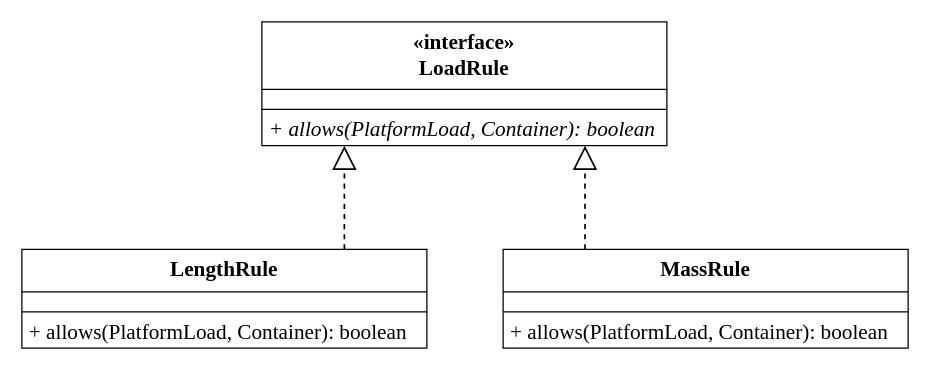
Before: page "Правила размещения" (3 of 3) of models/classes.drawio in Wo0zZ1/container-load-planning, a draw.io diagram. Source tidied: cells renumbered, new cells numbered last; positions are measured from the earlier drawing's top-left corner, leaving out a move shared by most shapes. Both pictures are drawn from the tidied source at 125%, with x=0, y=0 at pixel (21, 21).
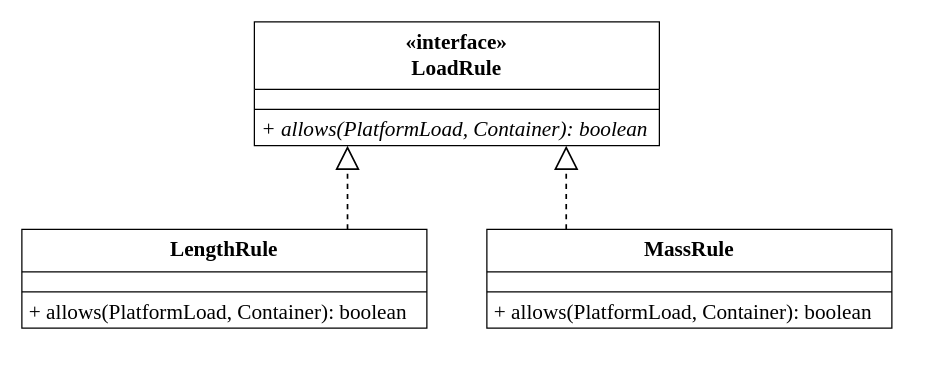
The same page after the edit.

What changed in the source:
```diff
@@
 <mxGraphModel background="#ffffff">
   <root>
     <mxCell id="0" />
     <mxCell id="1" parent="0" />
     <mxCell id="2" value="LengthRule" style="swimlane;fontStyle=1;align=center;verticalAlign=middle;spacing=0;horizontal=1;whiteSpace=wrap;html=1;fillColor=#ffffff;swimlaneFillColor=#ffffff;strokeColor=#000000;swimlaneLine=1;spacingTop=0;fontFamily=Times New Roman;startSize=34;fontSize=17;" parent="1" vertex="1">
-      <mxGeometry y="182" width="324" height="79" as="geometry" />
+      <mxGeometry y="166" width="324" height="79" as="geometry" />
     </mxCell>
     <mxCell id="3" style="text;strokeColor=none;fillColor=none;align=left;verticalAlign=middle;spacing=0;spacingLeft=6;spacingRight=5;overflow=hidden;whiteSpace=wrap;html=1;fontFamily=Times New Roman;fontSize=17;" parent="2" vertex="1">
       <mxGeometry y="34" width="324" height="12" as="geometry" />
     </mxCell>
     <mxCell id="4" style="line;strokeWidth=1;fillColor=none;align=left;verticalAlign=middle;spacingTop=-1;spacingLeft=3;spacingRight=3;labelPosition=right;strokeColor=inherit;" parent="2" vertex="1">
       <mxGeometry y="46" width="324" height="8" as="geometry" />
     </mxCell>
     <mxCell id="5" value="+ allows(PlatformLoad, Container): boolean" style="text;strokeColor=none;fillColor=none;align=left;verticalAlign=middle;spacing=0;spacingLeft=6;spacingRight=5;overflow=hidden;whiteSpace=wrap;html=1;fontFamily=Times New Roman;fontSize=17;" parent="2" vertex="1">
       <mxGeometry y="54" width="324" height="25" as="geometry" />
     </mxCell>
     <mxCell id="6" value="MassRule" style="swimlane;fontStyle=1;align=center;verticalAlign=middle;spacing=0;horizontal=1;whiteSpace=wrap;html=1;fillColor=#ffffff;swimlaneFillColor=#ffffff;strokeColor=#000000;swimlaneLine=1;spacingTop=0;fontFamily=Times New Roman;startSize=34;fontSize=17;" parent="1" vertex="1">
-      <mxGeometry x="385" y="182" width="324" height="79" as="geometry" />
+      <mxGeometry x="372" y="166" width="324" height="79" as="geometry" />
     </mxCell>
     <mxCell id="7" style="text;strokeColor=none;fillColor=none;align=left;verticalAlign=middle;spacing=0;spacingLeft=6;spacingRight=5;overflow=hidden;whiteSpace=wrap;html=1;fontFamily=Times New Roman;fontSize=17;" parent="6" vertex="1">
       <mxGeometry y="34" width="324" height="12" as="geometry" />
     </mxCell>
     <mxCell id="8" style="line;strokeWidth=1;fillColor=none;align=left;verticalAlign=middle;spacingTop=-1;spacingLeft=3;spacingRight=3;labelPosition=right;strokeColor=inherit;" parent="6" vertex="1">
       <mxGeometry y="46" width="324" height="8" as="geometry" />
     </mxCell>
     <mxCell id="9" value="+ allows(PlatformLoad, Container): boolean" style="text;strokeColor=none;fillColor=none;align=left;verticalAlign=middle;spacing=0;spacingLeft=6;spacingRight=5;overflow=hidden;whiteSpace=wrap;html=1;fontFamily=Times New Roman;fontSize=17;" parent="6" vertex="1">
       <mxGeometry y="54" width="324" height="25" as="geometry" />
     </mxCell>
     <mxCell id="10" value="&amp;laquo;interface&amp;raquo;&lt;br&gt;LoadRule" style="swimlane;fontStyle=1;align=center;verticalAlign=middle;spacing=0;horizontal=1;whiteSpace=wrap;html=1;fillColor=#ffffff;swimlaneFillColor=#ffffff;strokeColor=#000000;swimlaneLine=1;spacingTop=0;fontFamily=Times New Roman;startSize=54;fontSize=17;" parent="1" vertex="1">
-      <mxGeometry x="192" width="324" height="99" as="geometry" />
+      <mxGeometry x="186" width="324" height="99" as="geometry" />
     </mxCell>
     <mxCell id="11" style="text;strokeColor=none;fillColor=none;align=left;verticalAlign=middle;spacing=0;spacingLeft=6;spacingRight=5;overflow=hidden;whiteSpace=wrap;html=1;fontFamily=Times New Roman;fontSize=17;" parent="10" vertex="1">
       <mxGeometry y="54" width="324" height="12" as="geometry" />
     </mxCell>
     <mxCell id="12" style="line;strokeWidth=1;fillColor=none;align=left;verticalAlign=middle;spacingTop=-1;spacingLeft=3;spacingRight=3;labelPosition=right;strokeColor=inherit;" parent="10" vertex="1">
       <mxGeometry y="66" width="324" height="8" as="geometry" />
     </mxCell>
     <mxCell id="13" value="&lt;i&gt;+ allows(PlatformLoad, Container): boolean&lt;/i&gt;" style="text;strokeColor=none;fillColor=none;align=left;verticalAlign=middle;spacing=0;spacingLeft=6;spacingRight=5;overflow=hidden;whiteSpace=wrap;html=1;fontFamily=Times New Roman;fontSize=17;" parent="10" vertex="1">
       <mxGeometry y="74" width="324" height="25" as="geometry" />
     </mxCell>
-    <mxCell id="14" style="fontFamily=Times New Roman;strokeColor=#000000;fontColor=#000000;html=1;edgeStyle=segmentEdgeStyle;rounded=0;strokeWidth=1.35;endArrow=block;endFill=0;endSize=16;dashed=1;exitX=0.7963;exitY=0.0000;entryX=0.2037;entryY=1.0000;" parent="1" edge="1" source="2" target="10">
+    <mxCell id="14" style="fontFamily=Times New Roman;strokeColor=#000000;fontColor=#000000;html=1;edgeStyle=orthogonalEdgeStyle;rounded=0;strokeWidth=1.35;endArrow=block;endFill=0;endSize=16;dashed=1;jettySize=auto;jumpStyle=arc;jumpSize=8;exitX=0.804074;exitY=0.000000;entryX=0.230000;entryY=1.000000;" parent="1" edge="1" source="2" target="10">
       <mxGeometry relative="1" as="geometry" />
     </mxCell>
-    <mxCell id="15" style="fontFamily=Times New Roman;strokeColor=#000000;fontColor=#000000;html=1;edgeStyle=segmentEdgeStyle;rounded=0;strokeWidth=1.35;endArrow=block;endFill=0;endSize=16;dashed=1;exitX=0.2022;exitY=0.0000;entryX=0.7978;entryY=1.0000;" parent="1" edge="1" source="6" target="10">
+    <mxCell id="15" style="fontFamily=Times New Roman;strokeColor=#000000;fontColor=#000000;html=1;edgeStyle=orthogonalEdgeStyle;rounded=0;strokeWidth=1.35;endArrow=block;endFill=0;endSize=16;dashed=1;jettySize=auto;jumpStyle=arc;jumpSize=8;exitX=0.195926;exitY=0.000000;entryX=0.770000;entryY=1.000000;" parent="1" edge="1" source="6" target="10">
       <mxGeometry relative="1" as="geometry" />
     </mxCell>
   </root>
 </mxGraphModel>
```
